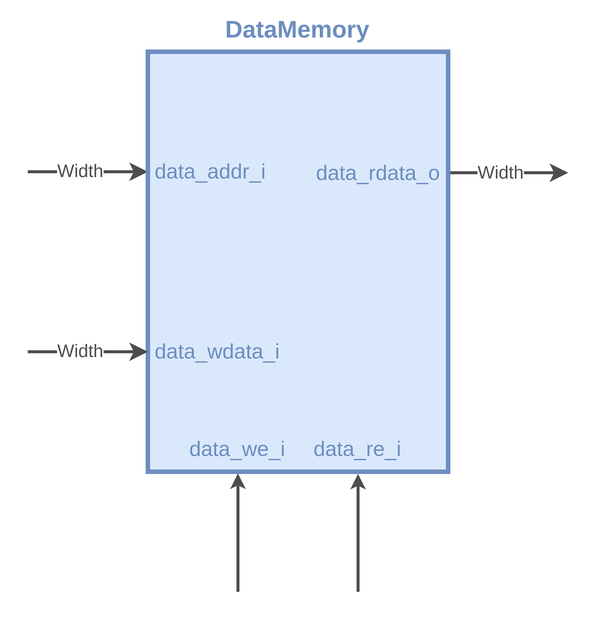
The draw.io diagram xmint/design/DataMemory.png in Dark-GreenCat/xmint, before a commit. Source tidied: cells renumbered, new cells last; positions are measured from the earlier drawing's top-left corner, leaving out a move shared by most shapes.
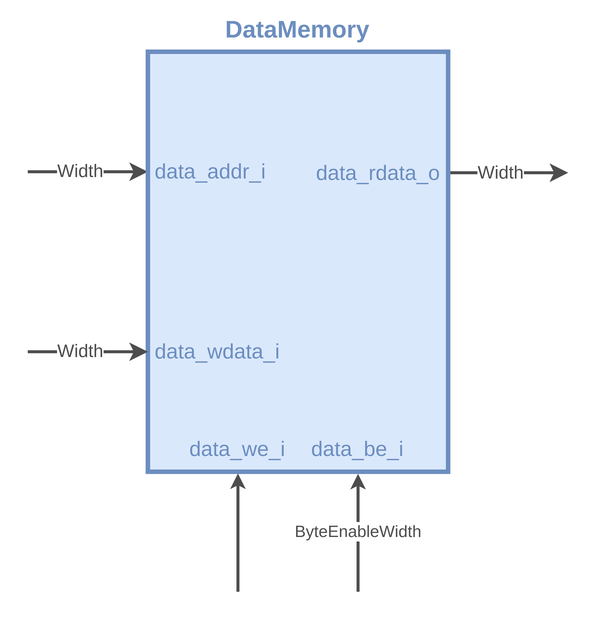
Above is the later version.

Commit message:
[MODIFY] Design DMEM to be accessed to single byte of data

Change to the diagram source:
```diff
@@ -60,10 +60,15 @@
         <mxPoint x="220" y="380" as="sourcePoint" />
       </mxGeometry>
     </mxCell>
+    <mxCell id="17" value="ByteEnableWidth" style="edgeLabel;html=1;align=center;verticalAlign=middle;fontColor=#4D4D4D;" parent="14" vertex="1">
+      <mxGeometry x="-0.49" relative="1" as="geometry">
+        <mxPoint y="-20" as="offset" />
+      </mxGeometry>
+    </mxCell>
     <mxCell id="15" value="data_we_i" style="text;html=1;strokeColor=none;fillColor=none;align=center;verticalAlign=middle;whiteSpace=wrap;rounded=0;fontSize=14;fontColor=#6C8EBF;" parent="1" vertex="1">
       <mxGeometry x="110" y="270" width="60" height="30" as="geometry" />
     </mxCell>
-    <mxCell id="16" value="data_re_i" style="text;html=1;strokeColor=none;fillColor=none;align=center;verticalAlign=middle;whiteSpace=wrap;rounded=0;fontSize=14;fontColor=#6C8EBF;" parent="1" vertex="1">
+    <mxCell id="16" value="data_be_i" style="text;html=1;strokeColor=none;fillColor=none;align=center;verticalAlign=middle;whiteSpace=wrap;rounded=0;fontSize=14;fontColor=#6C8EBF;" parent="1" vertex="1">
       <mxGeometry x="190" y="270" width="60" height="30" as="geometry" />
     </mxCell>
   </root>
```
